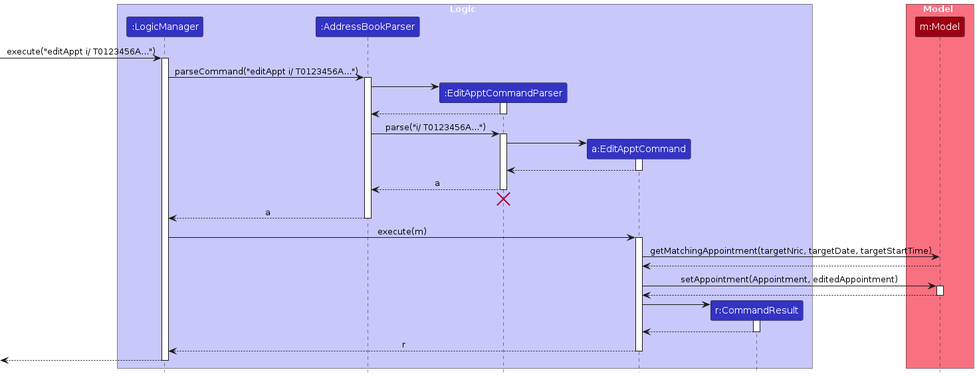
The PlantUML diagram diagrams/EditApptSequenceDiagram.png in AY2324S2-CS2103T-F10-3/tp, before a commit. Its source is kept beside it as diagrams/EditApptSequenceDiagram.puml.
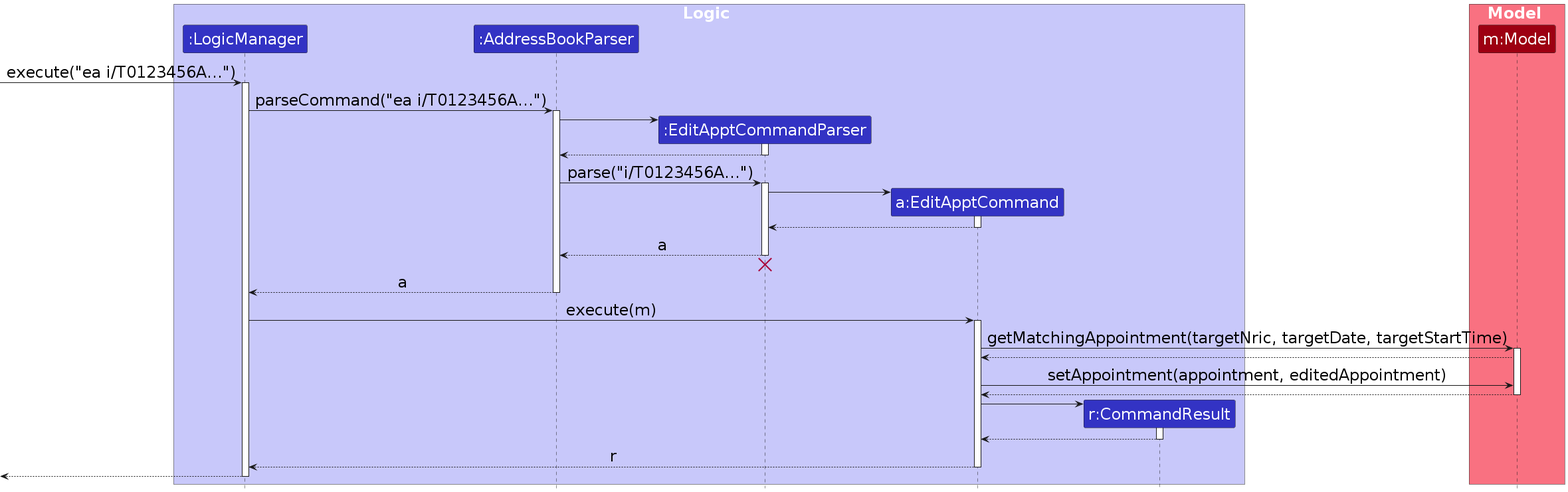
Later version of the same file.

The edit, as a diff of the source:
```diff
@@ -1,6 +1,7 @@
 @startuml
 !include style.puml
 skinparam ArrowFontStyle plain
+skinparam defaultFontSize 24
 
 box Logic LOGIC_COLOR_T1
 participant ":LogicManager" as LogicManager LOGIC_COLOR
@@ -14,10 +15,10 @@
 participant "m:Model" as Model MODEL_COLOR
 end box
 
-[-> LogicManager : execute("editAppt i/ T0123456A...")
+[-> LogicManager : execute("ea i/T0123456A...")
 activate LogicManager
 
-LogicManager -> AddressBookParser : parseCommand("editAppt i/ T0123456A...")
+LogicManager -> AddressBookParser : parseCommand("ea i/T0123456A...")
 activate AddressBookParser
 
 create EditApptCommandParser
@@ -27,7 +28,7 @@
 EditApptCommandParser --> AddressBookParser
 deactivate EditApptCommandParser
 
-AddressBookParser -> EditApptCommandParser : parse("i/ T0123456A...")
+AddressBookParser -> EditApptCommandParser : parse("i/T0123456A...")
 activate EditApptCommandParser
 
 create EditApptCommand
@@ -49,9 +50,9 @@
 activate EditApptCommand
 
 EditApptCommand -> Model : getMatchingAppointment(targetNric, targetDate, targetStartTime)
+activate Model
 Model --> EditApptCommand
-EditApptCommand -> Model : setAppointment(Appointment, editedAppointment)
-activate Model
+EditApptCommand -> Model : setAppointment(appointment, editedAppointment)
 Model --> EditApptCommand
 deactivate Model
 
```
